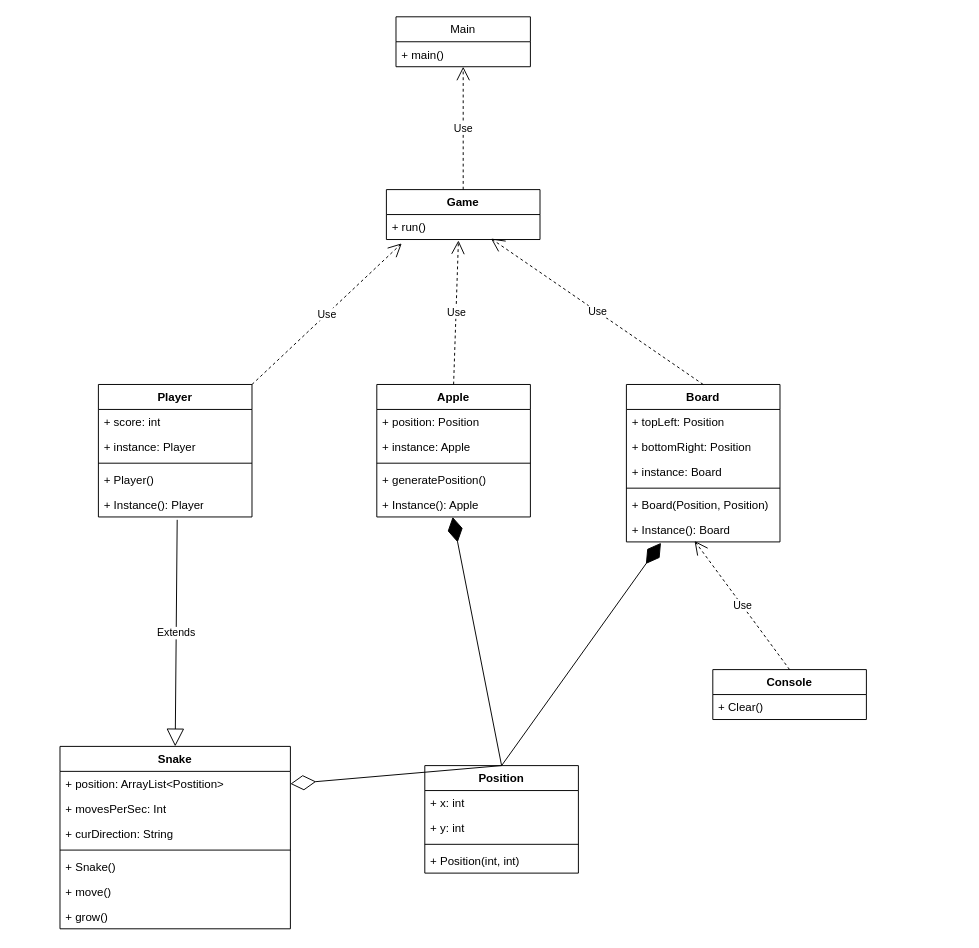
JonaShoukri/SnakeGame keeps this draw.io diagram as SnakeUML.drawio. Above is the earlier version. Source tidied: cells renumbered, new cells numbered last; positions are measured from the earlier drawing's top-left corner, leaving out a move shared by most shapes. Both pictures are drawn from the tidied source at 96%, with x=0, y=0 at pixel (60, 16).
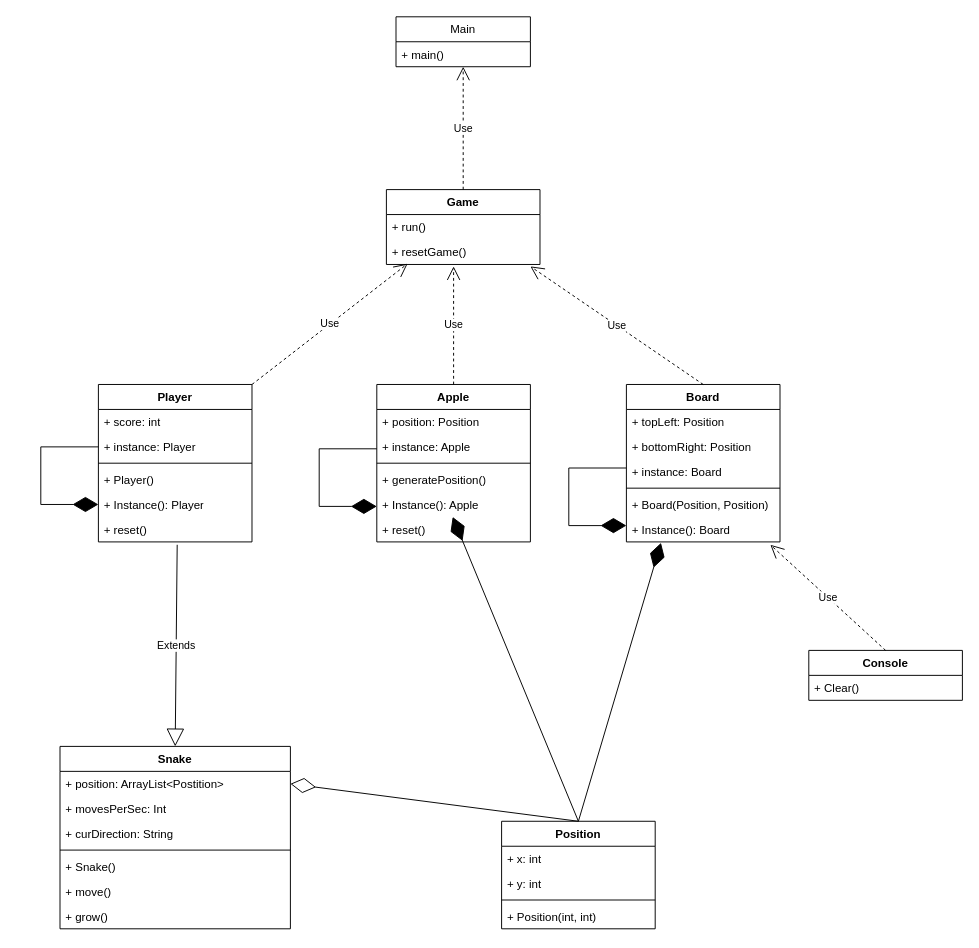
The same diagram, later.

Commit message (it also covers changes not shown here):
finished snake game and diagram

Unchanged cells that the change refers to:
```xml
<mxCell id="24" value="+ run()" style="text;strokeColor=none;fillColor=none;align=left;verticalAlign=top;spacingLeft=4;spacingRight=4;overflow=hidden;points=[[0,0.5],[1,0.5]];portConstraint=eastwest;whiteSpace=wrap;html=1;" parent="23" vertex="1">
  <mxGeometry y="26" width="160" height="26" as="geometry" />
</mxCell>
<mxCell id="27" value="+ instance: Player" style="text;strokeColor=none;fillColor=none;align=left;verticalAlign=top;spacingLeft=4;spacingRight=4;overflow=hidden;points=[[0,0.5],[1,0.5]];portConstraint=eastwest;whiteSpace=wrap;html=1;" parent="25" vertex="1">
  <mxGeometry y="52" width="160" height="26" as="geometry" />
</mxCell>
<mxCell id="31" value="Board" style="swimlane;fontStyle=1;align=center;verticalAlign=top;horizontal=1;startSize=26;whiteSpace=wrap;html=1;" parent="1" vertex="1">
  <mxGeometry x="590" y="383" width="160" height="164" as="geometry" />
</mxCell>
<mxCell id="37" value="+ Instance(): Board" style="text;strokeColor=none;fillColor=none;align=left;verticalAlign=top;spacingLeft=4;spacingRight=4;overflow=hidden;points=[[0,0.5],[1,0.5]];portConstraint=eastwest;whiteSpace=wrap;html=1;" parent="31" vertex="1">
  <mxGeometry y="138" width="160" height="26" as="geometry" />
</mxCell>
```

Change to the diagram source:
```diff
@@
     <mxCell id="10" value="Apple" style="swimlane;fontStyle=1;align=center;verticalAlign=top;horizontal=1;startSize=26;whiteSpace=wrap;html=1;" parent="1" vertex="1">
-      <mxGeometry x="330" y="383" width="160" height="138" as="geometry" />
+      <mxGeometry x="330" y="383" width="160" height="164" as="geometry" />
     </mxCell>
@@
+    <mxCell id="49" value="+ reset()" style="text;strokeColor=none;fillColor=none;align=left;verticalAlign=top;spacingLeft=4;spacingRight=4;overflow=hidden;whiteSpace=wrap;html=1;" parent="10" vertex="1">
+      <mxGeometry y="138" width="160" height="26" as="geometry" />
+    </mxCell>
     <mxCell id="16" value="Position" style="swimlane;fontStyle=1;align=center;verticalAlign=top;horizontal=1;startSize=26;whiteSpace=wrap;html=1;" parent="1" vertex="1">
-      <mxGeometry x="380" y="780" width="160" height="112" as="geometry" />
+      <mxGeometry x="460" y="838" width="160" height="112" as="geometry" />
     </mxCell>
@@
     <mxCell id="21" value="Console" style="swimlane;fontStyle=1;align=center;verticalAlign=top;horizontal=1;startSize=26;whiteSpace=wrap;html=1;" parent="1" vertex="1">
-      <mxGeometry x="680" y="680" width="160" height="52" as="geometry" />
+      <mxGeometry x="780" y="660" width="160" height="52" as="geometry" />
     </mxCell>
@@
     <mxCell id="23" value="Game" style="swimlane;fontStyle=1;align=center;verticalAlign=top;horizontal=1;startSize=26;whiteSpace=wrap;html=1;" parent="1" vertex="1">
-      <mxGeometry x="340" y="180" width="160" height="52" as="geometry" />
+      <mxGeometry x="340" y="180" width="160" height="78" as="geometry" />
     </mxCell>
@@
+    <mxCell id="50" value="+ resetGame()" style="text;strokeColor=none;fillColor=none;align=left;verticalAlign=top;spacingLeft=4;spacingRight=4;overflow=hidden;points=[[0,0.5],[1,0.5]];portConstraint=eastwest;whiteSpace=wrap;html=1;" parent="23" vertex="1">
+      <mxGeometry y="52" width="160" height="26" as="geometry" />
+    </mxCell>
     <mxCell id="25" value="Player" style="swimlane;fontStyle=1;align=center;verticalAlign=top;horizontal=1;startSize=26;whiteSpace=wrap;html=1;" parent="1" vertex="1">
-      <mxGeometry x="40" y="383" width="160" height="138" as="geometry" />
+      <mxGeometry x="40" y="383" width="160" height="164" as="geometry" />
     </mxCell>
@@
+    <mxCell id="51" value="+ Instance(): Player" style="text;strokeColor=none;fillColor=none;align=left;verticalAlign=top;spacingLeft=4;spacingRight=4;overflow=hidden;points=[[0,0.5],[1,0.5]];portConstraint=eastwest;whiteSpace=wrap;html=1;" parent="25" vertex="1">
+      <mxGeometry y="112" width="160" height="26" as="geometry" />
+    </mxCell>
-    <mxCell id="30" value="+ Instance(): Player" style="text;strokeColor=none;fillColor=none;align=left;verticalAlign=top;spacingLeft=4;spacingRight=4;overflow=hidden;points=[[0,0.5],[1,0.5]];portConstraint=eastwest;whiteSpace=wrap;html=1;" parent="25" vertex="1">
-      <mxGeometry y="112" width="160" height="26" as="geometry" />
+    <mxCell id="30" value="+ reset()" style="text;strokeColor=none;fillColor=none;align=left;verticalAlign=top;spacingLeft=4;spacingRight=4;overflow=hidden;points=[[0,0.5],[1,0.5]];portConstraint=eastwest;whiteSpace=wrap;html=1;" parent="25" vertex="1">
+      <mxGeometry y="138" width="160" height="26" as="geometry" />
     </mxCell>
+    <mxCell id="52" style="endArrow=diamondThin;endFill=1;endSize=24;html=1;rounded=0;exitX=0;exitY=0.5;exitDx=0;exitDy=0;entryX=0;entryY=0.5;entryDx=0;entryDy=0;" parent="25" edge="1" source="27" target="51">
+      <mxGeometry relative="1" as="geometry">
+        <Array as="points">
+          <mxPoint x="-60" y="65" />
+          <mxPoint x="-60" y="125" />
+        </Array>
+      </mxGeometry>
+    </mxCell>
@@
-    <mxCell id="39" value="Use" style="endArrow=open;endSize=12;dashed=1;html=1;rounded=0;entryX=0.444;entryY=0.962;entryDx=0;entryDy=0;entryPerimeter=0;exitX=0.5;exitY=0;exitDx=0;exitDy=0;" parent="1" edge="1" source="21" target="37">
-      <mxGeometry relative="1" as="geometry" />
+    <mxCell id="39" value="Use" style="endArrow=open;endSize=12;dashed=1;html=1;rounded=0;exitX=0.5;exitY=0;exitDx=0;exitDy=0;" parent="1" edge="1" source="21">
+      <mxGeometry relative="1" as="geometry">
+        <mxPoint x="740" y="550" as="targetPoint" />
+      </mxGeometry>
     </mxCell>
@@
-    <mxCell id="46" value="Use" style="endArrow=open;endSize=12;dashed=1;html=1;rounded=0;entryX=0.681;entryY=0.962;entryDx=0;entryDy=0;entryPerimeter=0;exitX=0.5;exitY=0;exitDx=0;exitDy=0;" parent="1" edge="1" source="31" target="24">
-      <mxGeometry relative="1" as="geometry" />
+    <mxCell id="46" value="Use" style="endArrow=open;endSize=12;dashed=1;html=1;rounded=0;exitX=0.5;exitY=0;exitDx=0;exitDy=0;" parent="1" edge="1" source="31">
+      <mxGeometry relative="1" as="geometry">
+        <mxPoint x="490" y="260" as="targetPoint" />
+      </mxGeometry>
     </mxCell>
-    <mxCell id="47" value="Use" style="endArrow=open;endSize=12;dashed=1;html=1;rounded=0;entryX=0.469;entryY=1.038;entryDx=0;entryDy=0;entryPerimeter=0;exitX=0.5;exitY=0;exitDx=0;exitDy=0;" parent="1" edge="1" source="10" target="24">
-      <mxGeometry relative="1" as="geometry" />
+    <mxCell id="47" value="Use" style="endArrow=open;endSize=12;dashed=1;html=1;rounded=0;exitX=0.5;exitY=0;exitDx=0;exitDy=0;" parent="1" edge="1" source="10">
+      <mxGeometry relative="1" as="geometry">
+        <mxPoint x="410" y="260" as="targetPoint" />
+      </mxGeometry>
     </mxCell>
-    <mxCell id="48" value="Use" style="endArrow=open;endSize=12;dashed=1;html=1;rounded=0;entryX=0.1;entryY=1.154;entryDx=0;entryDy=0;entryPerimeter=0;exitX=1;exitY=0;exitDx=0;exitDy=0;" parent="1" edge="1" source="25" target="24">
+    <mxCell id="48" value="Use" style="endArrow=open;endSize=12;dashed=1;html=1;rounded=0;entryX=0.138;entryY=0.969;entryDx=0;entryDy=0;entryPerimeter=0;exitX=1;exitY=0;exitDx=0;exitDy=0;" parent="1" edge="1" source="25" target="50">
       <mxGeometry relative="1" as="geometry" />
     </mxCell>
+    <mxCell id="53" style="endArrow=diamondThin;endFill=1;endSize=24;html=1;rounded=0;exitX=0;exitY=0.5;exitDx=0;exitDy=0;entryX=0;entryY=0.5;entryDx=0;entryDy=0;" parent="1" edge="1">
+      <mxGeometry relative="1" as="geometry">
+        <mxPoint x="330" y="450" as="sourcePoint" />
+        <mxPoint x="330" y="510" as="targetPoint" />
+        <Array as="points">
+          <mxPoint x="270" y="450" />
+          <mxPoint x="270" y="510" />
+        </Array>
+      </mxGeometry>
+    </mxCell>
+    <mxCell id="54" style="endArrow=diamondThin;endFill=1;endSize=24;html=1;rounded=0;exitX=0;exitY=0.5;exitDx=0;exitDy=0;entryX=0;entryY=0.5;entryDx=0;entryDy=0;" parent="1" edge="1">
+      <mxGeometry relative="1" as="geometry">
+        <mxPoint x="590" y="470" as="sourcePoint" />
+        <mxPoint x="590" y="530" as="targetPoint" />
+        <Array as="points">
+          <mxPoint x="530" y="470" />
+          <mxPoint x="530" y="530" />
+        </Array>
+      </mxGeometry>
+    </mxCell>
```
